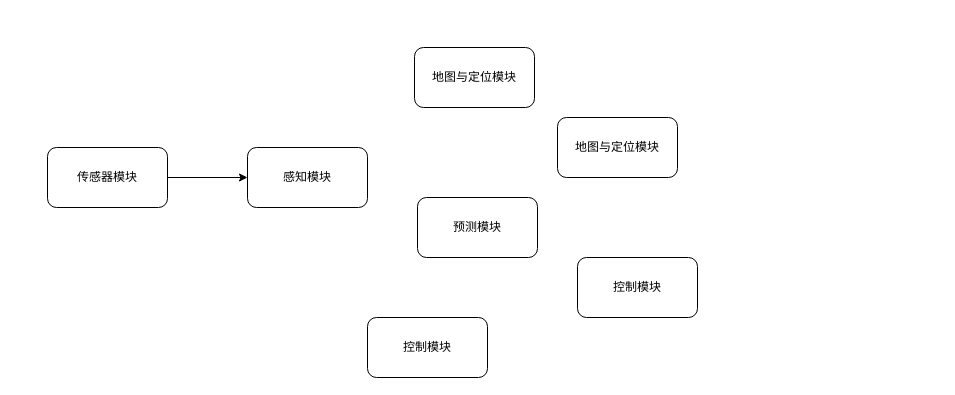
This is page "第 1 页" (1 of 2) of 未命名绘图.drawio from mengqiguo/git_test, a draw.io file, before an edit. Source tidied: cells renumbered, new cells numbered last; positions are measured from the earlier drawing's top-left corner, leaving out a move shared by most shapes. Both pictures are drawn from the tidied source at 100%, with x=0, y=0 at pixel (47, 47).
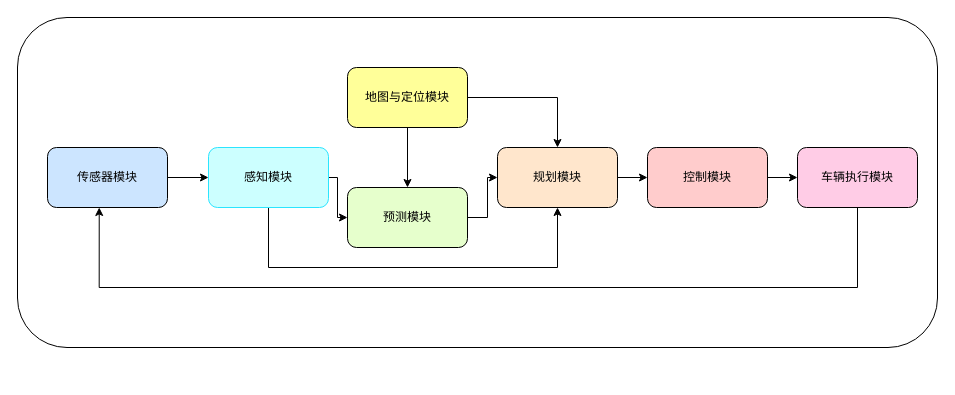
The same diagram, later.

Commit message:
更新未命名绘图.drawio

The edit, as a diff of the source:
```diff
@@
+    <mxCell id="10" style="rounded=1;whiteSpace=wrap;html=1;fillColor=none;" parent="1" vertex="1">
+      <mxGeometry x="-30" y="-30" width="920" height="330" as="geometry" />
+    </mxCell>
@@
-    <mxCell id="3" value="传感器模块" style="rounded=1;whiteSpace=wrap;html=1;" parent="1" vertex="1">
+    <mxCell id="3" value="传感器模块" style="rounded=1;whiteSpace=wrap;html=1;fillColor=#CCE5FF;" parent="1" vertex="1">
       <mxGeometry y="100" width="120" height="60" as="geometry" />
     </mxCell>
+    <mxCell id="11" style="edgeStyle=orthogonalEdgeStyle;rounded=0;jettySize=auto;html=1;exitX=1;exitY=0.5;exitDx=0;exitDy=0;entryX=0;entryY=0.5;entryDx=0;entryDy=0;" parent="1" edge="1" source="4" target="6">
+      <mxGeometry relative="1" as="geometry">
+        <Array as="points">
+          <mxPoint x="290" y="130" />
+          <mxPoint x="290" y="170" />
+        </Array>
+      </mxGeometry>
+    </mxCell>
+    <mxCell id="12" style="edgeStyle=orthogonalEdgeStyle;rounded=0;jettySize=auto;html=1;entryX=0.5;entryY=1;entryDx=0;entryDy=0;" parent="1" edge="1" source="4" target="7">
+      <mxGeometry relative="1" as="geometry">
+        <Array as="points">
+          <mxPoint x="221" y="220" />
+          <mxPoint x="510" y="220" />
+        </Array>
+      </mxGeometry>
+    </mxCell>
-    <mxCell id="4" value="感知模块" style="whiteSpace=wrap;html=1;rounded=1;" parent="1" vertex="1">
-      <mxGeometry x="200" y="100" width="120" height="60" as="geometry" />
+    <mxCell id="4" value="感知模块" style="whiteSpace=wrap;html=1;rounded=1;fillColor=#CCFFFF;strokeColor=#2BE5FF;" parent="1" vertex="1">
+      <mxGeometry x="161" y="100" width="120" height="60" as="geometry" />
     </mxCell>
+    <mxCell id="13" style="edgeStyle=orthogonalEdgeStyle;rounded=0;jettySize=auto;html=1;" parent="1" edge="1" source="5" target="6">
+      <mxGeometry relative="1" as="geometry" />
+    </mxCell>
+    <mxCell id="14" style="edgeStyle=orthogonalEdgeStyle;rounded=0;jettySize=auto;html=1;entryX=0.5;entryY=0;entryDx=0;entryDy=0;" parent="1" edge="1" source="5" target="7">
+      <mxGeometry relative="1" as="geometry" />
+    </mxCell>
-    <mxCell id="5" value="地图与定位模块" style="rounded=1;whiteSpace=wrap;html=1;" parent="1" vertex="1">
-      <mxGeometry x="367" width="120" height="60" as="geometry" />
+    <mxCell id="5" value="地图与定位模块" style="rounded=1;whiteSpace=wrap;html=1;fillColor=#FFFF99;" parent="1" vertex="1">
+      <mxGeometry x="300" y="20" width="120" height="60" as="geometry" />
     </mxCell>
+    <mxCell id="15" style="edgeStyle=orthogonalEdgeStyle;rounded=0;jettySize=auto;html=1;exitX=1;exitY=0.5;exitDx=0;exitDy=0;entryX=0;entryY=0.5;entryDx=0;entryDy=0;" parent="1" edge="1" source="6" target="7">
+      <mxGeometry relative="1" as="geometry" />
+    </mxCell>
-    <mxCell id="6" value="预测模块" style="rounded=1;whiteSpace=wrap;html=1;" parent="1" vertex="1">
-      <mxGeometry x="370" y="150" width="120" height="60" as="geometry" />
+    <mxCell id="6" value="预测模块" style="rounded=1;whiteSpace=wrap;html=1;fillColor=#E6FFCC;" parent="1" vertex="1">
+      <mxGeometry x="300" y="140" width="120" height="60" as="geometry" />
     </mxCell>
+    <mxCell id="16" style="edgeStyle=orthogonalEdgeStyle;rounded=0;jettySize=auto;html=1;" parent="1" edge="1" source="7" target="8">
+      <mxGeometry relative="1" as="geometry" />
+    </mxCell>
-    <mxCell id="7" value="地图与定位模块" style="rounded=1;whiteSpace=wrap;html=1;" parent="1" vertex="1">
-      <mxGeometry x="510" y="70" width="120" height="60" as="geometry" />
+    <mxCell id="7" value="规划模块" style="rounded=1;whiteSpace=wrap;html=1;fillColor=#FFE6CC;" parent="1" vertex="1">
+      <mxGeometry x="450" y="100" width="120" height="60" as="geometry" />
     </mxCell>
+    <mxCell id="17" style="edgeStyle=orthogonalEdgeStyle;rounded=0;jettySize=auto;html=1;" parent="1" edge="1" source="8" target="9">
+      <mxGeometry relative="1" as="geometry" />
+    </mxCell>
-    <mxCell id="8" value="控制模块" style="rounded=1;whiteSpace=wrap;html=1;" parent="1" vertex="1">
-      <mxGeometry x="530" y="210" width="120" height="60" as="geometry" />
+    <mxCell id="8" value="控制模块" style="rounded=1;whiteSpace=wrap;html=1;fillColor=#FFCCCC;" parent="1" vertex="1">
+      <mxGeometry x="600" y="100" width="120" height="60" as="geometry" />
     </mxCell>
-    <mxCell id="9" value="控制模块" style="rounded=1;whiteSpace=wrap;html=1;" parent="1" vertex="1">
-      <mxGeometry x="320" y="270" width="120" height="60" as="geometry" />
+    <mxCell id="9" value="车辆执行模块" style="rounded=1;whiteSpace=wrap;html=1;fillColor=#FFCCE6;" parent="1" vertex="1">
+      <mxGeometry x="750" y="100" width="120" height="60" as="geometry" />
     </mxCell>
+    <mxCell id="18" style="edgeStyle=orthogonalEdgeStyle;rounded=0;jettySize=auto;html=1;exitX=0.5;exitY=1;exitDx=0;exitDy=0;entryX=0.431;entryY=1;entryDx=0;entryDy=0;entryPerimeter=0;" parent="1" edge="1" source="9" target="3">
+      <mxGeometry relative="1" as="geometry">
+        <Array as="points">
+          <mxPoint x="810" y="240" />
+          <mxPoint x="52" y="240" />
+        </Array>
+      </mxGeometry>
+    </mxCell>
```
